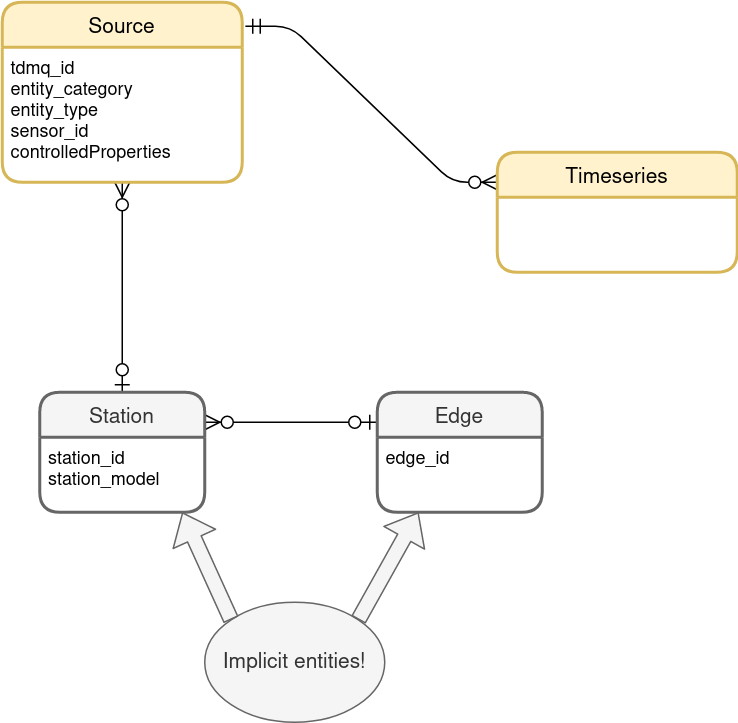
Earlier version of the draw.io export images/API_model.png (tdm-project/tdm-polystore). Source tidied: cells renumbered, new cells last; positions are measured from the earlier drawing's top-left corner, leaving out a move shared by most shapes.
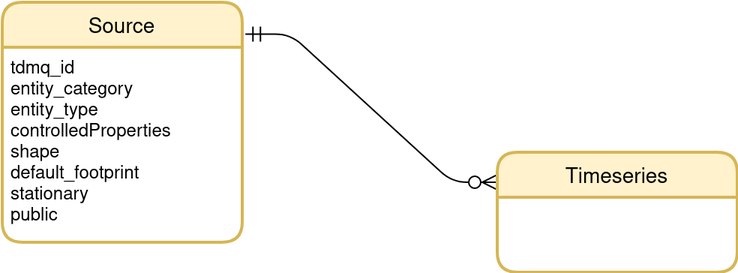
Later version of the same file.

What changed in the source:
```diff
@@ -5,43 +5,14 @@
     <mxCell id="2" style="edgeStyle=entityRelationEdgeStyle;fontSize=12;html=1;endArrow=ERzeroToMany;startArrow=ERmandOne;entryX=0;entryY=0.25;entryDx=0;entryDy=0;exitX=1.013;exitY=0.133;exitDx=0;exitDy=0;exitPerimeter=0;endSize=8;startSize=8;" parent="1" edge="1" source="9" target="11">
       <mxGeometry relative="1" as="geometry" />
     </mxCell>
-    <mxCell id="3" style="fontSize=12;html=1;endArrow=ERzeroToMany;startArrow=ERzeroToOne;exitX=0.5;exitY=0;exitDx=0;exitDy=0;entryX=0.5;entryY=1;entryDx=0;entryDy=0;endSize=8;startSize=8;" parent="1" edge="1" source="7" target="10">
-      <mxGeometry relative="1" as="geometry" />
-    </mxCell>
-    <mxCell id="4" style="edgeStyle=entityRelationEdgeStyle;fontSize=12;html=1;endArrow=ERzeroToMany;startArrow=ERzeroToOne;entryX=1;entryY=0.25;entryDx=0;entryDy=0;exitX=0;exitY=0.25;exitDx=0;exitDy=0;endSize=8;startSize=8;" parent="1" edge="1" source="5" target="7">
-      <mxGeometry relative="1" as="geometry" />
-    </mxCell>
-    <mxCell id="5" value="Edge" style="swimlane;horizontal=1;startSize=30;rounded=1;fontSize=14;fontStyle=0;strokeWidth=2;shadow=0;dashed=0;align=center;fillColor=#f5f5f5;strokeColor=#666666;fontColor=#333333;" parent="1" vertex="1">
-      <mxGeometry x="250" y="260" width="110" height="80" as="geometry" />
-    </mxCell>
-    <mxCell id="6" value="edge_id" style="align=left;strokeColor=none;fillColor=none;spacingLeft=4;fontSize=12;verticalAlign=top;" parent="5" vertex="1">
-      <mxGeometry y="30" width="110" height="50" as="geometry" />
-    </mxCell>
-    <mxCell id="7" value="Station" style="swimlane;horizontal=1;startSize=30;rounded=1;fontSize=14;fontStyle=0;strokeWidth=2;shadow=0;dashed=0;align=center;fillColor=#f5f5f5;strokeColor=#666666;fontColor=#333333;" parent="1" vertex="1">
-      <mxGeometry x="25" y="260" width="110" height="80" as="geometry" />
-    </mxCell>
-    <mxCell id="8" value="station_id&#10;station_model&#10;" style="align=left;strokeColor=none;fillColor=none;spacingLeft=4;fontSize=12;verticalAlign=top;" parent="7" vertex="1">
-      <mxGeometry y="30" width="110" height="50" as="geometry" />
-    </mxCell>
     <mxCell id="9" value="Source" style="swimlane;horizontal=1;startSize=30;rounded=1;fontSize=14;fontStyle=0;strokeWidth=2;shadow=0;dashed=0;align=center;fillColor=#fff2cc;strokeColor=#d6b656;" parent="1" vertex="1">
-      <mxGeometry width="160" height="120" as="geometry" />
+      <mxGeometry width="160" height="160" as="geometry" />
     </mxCell>
-    <mxCell id="10" value="tdmq_id&#10;entity_category&#10;entity_type&#10;sensor_id&#10;controlledProperties&#10;" style="align=left;strokeColor=none;fillColor=none;spacingLeft=4;fontSize=12;verticalAlign=top;" parent="9" vertex="1">
-      <mxGeometry y="30" width="160" height="90" as="geometry" />
+    <mxCell id="10" value="tdmq_id&#10;entity_category&#10;entity_type&#10;controlledProperties&#10;shape&#10;default_footprint&#10;stationary&#10;public&#10;" style="align=left;strokeColor=none;fillColor=none;spacingLeft=4;fontSize=12;verticalAlign=top;" parent="9" vertex="1">
+      <mxGeometry y="30" width="160" height="130" as="geometry" />
     </mxCell>
     <mxCell id="11" value="Timeseries" style="swimlane;horizontal=1;startSize=30;rounded=1;fontSize=14;fontStyle=0;strokeWidth=2;shadow=0;dashed=0;align=center;fillColor=#fff2cc;strokeColor=#d6b656;" parent="1" vertex="1">
       <mxGeometry x="330" y="100" width="160" height="80" as="geometry" />
     </mxCell>
-    <mxCell id="12" value="&lt;font style=&quot;font-size: 14px&quot;&gt;Implicit entities!&lt;br&gt;&lt;/font&gt;" style="ellipse;whiteSpace=wrap;html=1;fillColor=#f5f5f5;strokeColor=#666666;fontColor=#333333;" parent="1" vertex="1">
-      <mxGeometry x="135" y="400" width="120" height="80" as="geometry" />
-    </mxCell>
-    <mxCell id="13" style="shape=flexArrow;endArrow=classic;html=1;fillColor=#f5f5f5;strokeColor=#666666;exitX=0;exitY=0;exitDx=0;exitDy=0;" parent="1" edge="1" source="12">
-      <mxGeometry relative="1" as="geometry">
-        <mxPoint x="120" y="340" as="targetPoint" />
-      </mxGeometry>
-    </mxCell>
-    <mxCell id="14" style="shape=flexArrow;endArrow=classic;html=1;entryX=0.25;entryY=1;entryDx=0;entryDy=0;fillColor=#f5f5f5;strokeColor=#666666;exitX=1;exitY=0;exitDx=0;exitDy=0;" parent="1" edge="1" source="12" target="6">
-      <mxGeometry relative="1" as="geometry" />
-    </mxCell>
   </root>
 </mxGraphModel>
```
